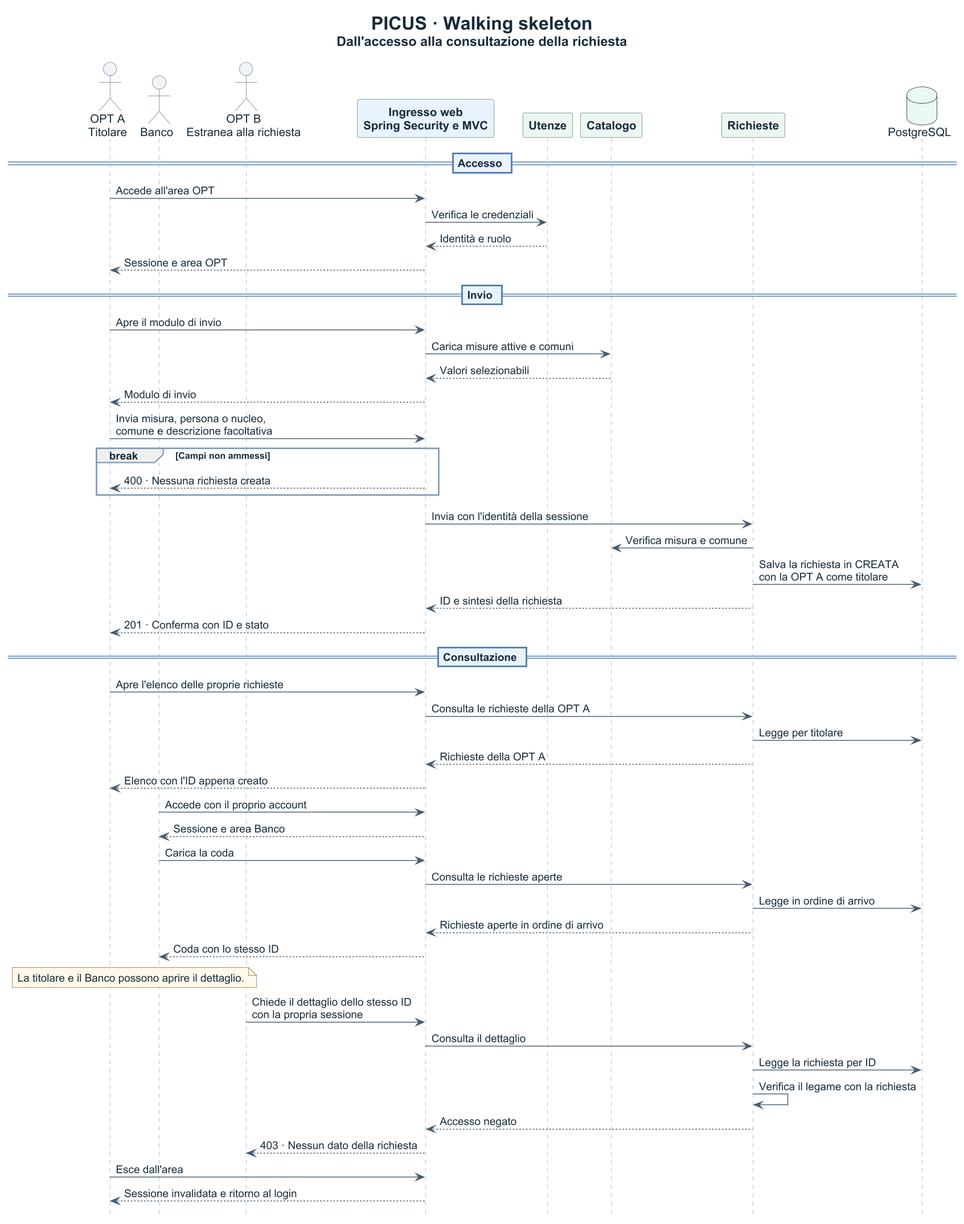
Earlier version of the PlantUML export docs/architecture/diagrams/PICUS-Walking-Skeleton.png (Pinguini-alla-Fragola/Progetto-SAD).
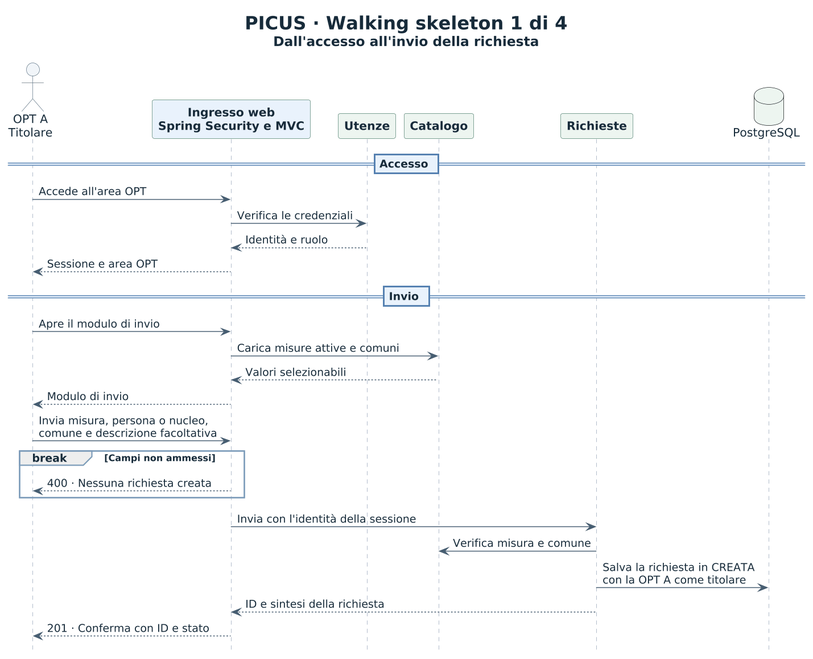
The same file after the commit.

Diff of the diagram source:
```diff
@@ -1,33 +1,9 @@
 @startuml PICUS-Walking-Skeleton
-hide footbox
-skinparam shadowing false
-skinparam defaultFontName Arial
-skinparam defaultFontColor #172B3A
-skinparam dpi 140
+!include PICUS-Walking-Skeleton-style.iuml
 
-skinparam sequence {
-  ArrowColor #465D71
-  LifeLineBorderColor #94A3B8
-  ActorBorderColor #60768A
-  ActorBackgroundColor #F1F5F9
-  ParticipantBorderColor #568573
-  ParticipantBackgroundColor #EDF5F0
-  ParticipantFontStyle bold
-  DividerBackgroundColor #E9F2FC
-  DividerBorderColor #5480B0
-  GroupBorderColor #7C9BB9
-}
-
-skinparam note {
-  BackgroundColor #FFF8EA
-  BorderColor #946728
-}
-
-title <size:22><b>PICUS · Walking skeleton</b></size>\n<size:16>Dall'accesso alla consultazione della richiesta</size>
+title <size:22><b>PICUS · Walking skeleton 1 di 4</b></size>\n<size:16>Dall'accesso all'invio della richiesta</size>
 
 actor "OPT A\nTitolare" as Opt
-actor "Banco" as Banco
-actor "OPT B\nEstranea alla richiesta" as Estranea
 participant "Ingresso web\nSpring Security e MVC" as Web #E9F2FC
 participant "Utenze" as Utenze
 participant "Catalogo" as Catalogo
@@ -54,32 +30,4 @@
 Richieste -> Db: Salva la richiesta in CREATA\ncon la OPT A come titolare
 Richieste --> Web: ID e sintesi della richiesta
 Web --> Opt: 201 · Conferma con ID e stato
-
-== Consultazione ==
-Opt -> Web: Apre l'elenco delle proprie richieste
-Web -> Richieste: Consulta le richieste della OPT A
-Richieste -> Db: Legge per titolare
-Richieste --> Web: Richieste della OPT A
-Web --> Opt: Elenco con l'ID appena creato
-
-Banco -> Web: Accede con il proprio account
-Web --> Banco: Sessione e area Banco
-Banco -> Web: Carica la coda
-Web -> Richieste: Consulta le richieste aperte
-Richieste -> Db: Legge in ordine di arrivo
-Richieste --> Web: Richieste aperte in ordine di arrivo
-Web --> Banco: Coda con lo stesso ID
-
-note over Opt, Banco
-  La titolare e il Banco possono aprire il dettaglio.
-end note
-Estranea -> Web: Chiede il dettaglio dello stesso ID\ncon la propria sessione
-Web -> Richieste: Consulta il dettaglio
-Richieste -> Db: Legge la richiesta per ID
-Richieste -> Richieste: Verifica il legame con la richiesta
-Richieste --> Web: Accesso negato
-Web --> Estranea: 403 · Nessun dato della richiesta
-
-Opt -> Web: Esce dall'area
-Web --> Opt: Sessione invalidata e ritorno al login
 @enduml
```
